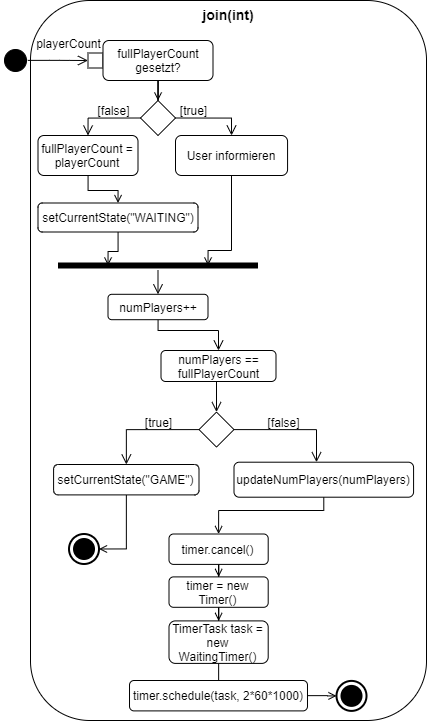
Above: Doku/images/AD_join.png in KjellooMelloo/gameoftrons (draw.io), before the change. Source tidied: cells renumbered, new cells last; positions are measured from the earlier drawing's top-left corner, leaving out a move shared by most shapes.
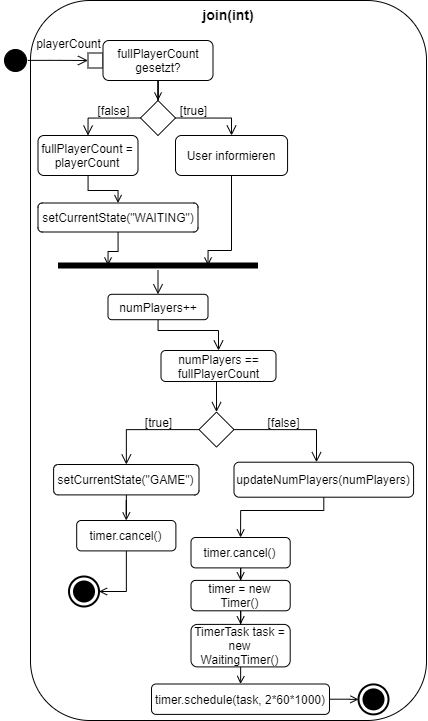
After the change.

Commit message:
updated every method in LST, new AD for calcNextPos, edit AD_join

What changed in the source:
```diff
@@ -87,7 +87,7 @@
     <mxCell id="22" style="rhombus;whiteSpace=wrap;html=1;strokeColor=#000000;align=center;" parent="1" vertex="1">
       <mxGeometry x="198.5" y="411.6" width="35" height="35" as="geometry" />
     </mxCell>
-    <mxCell id="23" style="edgeStyle=orthogonalEdgeStyle;rounded=0;jettySize=auto;html=1;entryX=1;entryY=0.5;entryDx=0;entryDy=0;entryPerimeter=0;endArrow=open;endFill=0;" parent="1" edge="1" source="24" target="44">
+    <mxCell id="23" style="edgeStyle=orthogonalEdgeStyle;rounded=0;jettySize=auto;html=1;entryX=0.5;entryY=0;entryDx=0;entryDy=0;endArrow=open;endFill=0;" parent="1" edge="1" source="24" target="46">
       <mxGeometry relative="1" as="geometry" />
     </mxCell>
     <mxCell id="24" value="setCurrentState(&quot;GAME&quot;)" style="shape=rect;html=1;rounded=1;whiteSpace=wrap;align=center;" parent="1" vertex="1">
@@ -97,7 +97,7 @@
       <mxGeometry relative="1" as="geometry">
         <Array as="points">
           <mxPoint x="323" y="510" />
-          <mxPoint x="218" y="510" />
+          <mxPoint x="240" y="510" />
         </Array>
       </mxGeometry>
     </mxCell>
@@ -117,7 +117,7 @@
       <mxGeometry relative="1" as="geometry" />
     </mxCell>
     <mxCell id="31" style="html=1;shape=mxgraph.sysml.actFinal;strokeWidth=2;verticalLabelPosition=bottom;verticalAlignment=top;align=center;" parent="1" vertex="1">
-      <mxGeometry x="336" y="680.4" width="30" height="30" as="geometry" />
+      <mxGeometry x="358" y="683.9" width="30" height="30" as="geometry" />
     </mxCell>
     <mxCell id="32" style="edgeStyle=orthogonalEdgeStyle;rounded=0;jettySize=auto;html=1;entryX=0.5;entryY=0;entryDx=0;entryDy=0;endArrow=open;endFill=0;" parent="1" edge="1" source="33" target="35">
       <mxGeometry relative="1" as="geometry">
@@ -145,28 +145,39 @@
       <mxGeometry relative="1" as="geometry" />
     </mxCell>
     <mxCell id="37" value="timer.cancel()" style="shape=rect;html=1;rounded=1;whiteSpace=wrap;align=center;" parent="1" vertex="1">
-      <mxGeometry x="168.5" y="533.5" width="99.2" height="30.4" as="geometry" />
+      <mxGeometry x="190.5" y="537" width="99.2" height="30.4" as="geometry" />
     </mxCell>
     <mxCell id="38" style="edgeStyle=orthogonalEdgeStyle;rounded=0;jettySize=auto;html=1;entryX=0.5;entryY=0;entryDx=0;entryDy=0;endArrow=open;endFill=0;" parent="1" edge="1" source="39" target="41">
       <mxGeometry relative="1" as="geometry" />
     </mxCell>
     <mxCell id="39" value="timer = new Timer()" style="shape=rect;html=1;rounded=1;whiteSpace=wrap;align=center;" parent="1" vertex="1">
-      <mxGeometry x="168.5" y="576.4" width="99.2" height="30.4" as="geometry" />
+      <mxGeometry x="190.5" y="579.9" width="99.2" height="30.4" as="geometry" />
     </mxCell>
     <mxCell id="40" style="edgeStyle=orthogonalEdgeStyle;rounded=0;jettySize=auto;html=1;entryX=0.5;entryY=0;entryDx=0;entryDy=0;endArrow=open;endFill=0;" parent="1" edge="1" source="41" target="43">
-      <mxGeometry relative="1" as="geometry" />
+      <mxGeometry relative="1" as="geometry">
+        <Array as="points">
+          <mxPoint x="240" y="680" />
+          <mxPoint x="240" y="680" />
+        </Array>
+      </mxGeometry>
     </mxCell>
     <mxCell id="41" value="TimerTask task = new WaitingTimer()" style="shape=rect;html=1;rounded=1;whiteSpace=wrap;align=center;" parent="1" vertex="1">
-      <mxGeometry x="168.5" y="620.4" width="99.2" height="42.5" as="geometry" />
+      <mxGeometry x="190.5" y="623.9" width="99.2" height="42.5" as="geometry" />
     </mxCell>
     <mxCell id="42" style="edgeStyle=orthogonalEdgeStyle;rounded=0;jettySize=auto;html=1;entryX=0;entryY=0.5;entryDx=0;entryDy=0;entryPerimeter=0;endArrow=open;endFill=0;" parent="1" edge="1" source="43" target="31">
       <mxGeometry relative="1" as="geometry" />
     </mxCell>
     <mxCell id="43" value="timer.schedule(task, 2*60*1000)" style="shape=rect;html=1;rounded=1;whiteSpace=wrap;align=center;" parent="1" vertex="1">
-      <mxGeometry x="129" y="680" width="178" height="30.4" as="geometry" />
+      <mxGeometry x="151" y="683.5" width="178" height="30.4" as="geometry" />
     </mxCell>
     <mxCell id="44" style="html=1;shape=mxgraph.sysml.actFinal;strokeWidth=2;verticalLabelPosition=bottom;verticalAlignment=top;align=center;" parent="1" vertex="1">
-      <mxGeometry x="68.5" y="533.5" width="30" height="30" as="geometry" />
+      <mxGeometry x="68.5" y="576" width="30" height="30" as="geometry" />
     </mxCell>
+    <mxCell id="45" style="edgeStyle=orthogonalEdgeStyle;rounded=0;jettySize=auto;html=1;entryX=1;entryY=0.5;entryDx=0;entryDy=0;entryPerimeter=0;endArrow=open;endFill=0;" parent="1" edge="1" source="46" target="44">
+      <mxGeometry relative="1" as="geometry" />
+    </mxCell>
+    <mxCell id="46" value="timer.cancel()" style="shape=rect;html=1;rounded=1;whiteSpace=wrap;align=center;" parent="1" vertex="1">
+      <mxGeometry x="76.2" y="520" width="99.2" height="30.4" as="geometry" />
+    </mxCell>
   </root>
 </mxGraphModel>
```
